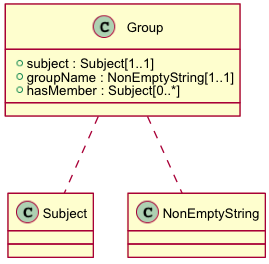
Above: source/apis/images/class_Group.png in datadavev/DataONE_architecture (PlantUML), before the change. Its diagram source:
```plantuml
@startuml images/class_Group.png
skinparam activityFontColor black
skinparam activityFontSize 10
skinparam activityFontName arial
skinparam activityArrowFontColor black
skinparam activityArrowFontSize 10
skinparam activityArrowFontName arial
skinparam classArrowFontColor black
skinparam classArrowFontSize 10
skinparam classArrowFontName arial
skinparam classAttributeFontColor black
skinparam classAttributeFontSize 10
skinparam classAttributeFontName arial
skinparam classFontColor black
skinparam classFontSize 10
skinparam classFontName arial
skinparam componentFontColor black
skinparam componentFontSize 10
skinparam componentFontName arial
skinparam componentArrowFontColor black
skinparam componentArrowFontSize 10
skinparam componentArrowFontName arial
skinparam noteFontColor black
skinparam noteFontSize 10
skinparam noteFontName arial
skinparam packageFontColor black
skinparam packageFontSize 10
skinparam packageFontName arial
skinparam sequenceActorFontColor black
skinparam sequenceActorFontSize 10
skinparam sequenceActorFontName arial
skinparam sequenceArrowFontColor black
skinparam sequenceArrowFontSize 10
skinparam sequenceArrowFontName arial
skinparam sequenceGroupingFontColor black
skinparam sequenceGroupingFontSize 10
skinparam sequenceGroupingFontName arial
skinparam sequenceGroupingHeaderFontColor black
skinparam sequenceGroupingHeaderFontSize 10
skinparam sequenceGroupingHeaderFontName arial
skinparam sequenceParticipantFontColor black
skinparam sequenceParticipantFontSize 10
skinparam sequenceParticipantFontName arial
skinparam sequenceTitleFontColor black
skinparam sequenceTitleFontSize 10
skinparam sequenceTitleFontName arial
skinparam titleFontColor black
skinparam titleFontSize 10
skinparam titleFontName arial
skinparam usecaseFontColor black
skinparam usecaseFontSize 7
skinparam usecaseFontName arial
skinparam usecaseActorFontColor black
skinparam usecaseActorFontSize 7
skinparam usecaseActorFontName arial
skinparam usecaseArrowFontColor black
skinparam usecaseArrowFontSize 7
skinparam usecaseArrowFontName arial

class Group {
  + subject : Subject[1..1]
  + groupName : NonEmptyString[1..1]
  + hasMember : Subject[0..*]
}
Group .. Subject
Group .. NonEmptyString

@enduml
```
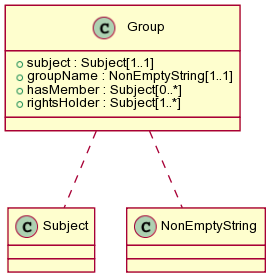
After the commit.

Change to the diagram source:
```diff
@@ -61,6 +61,7 @@
   + subject : Subject[1..1]
   + groupName : NonEmptyString[1..1]
   + hasMember : Subject[0..*]
+  + rightsHolder : Subject[1..*]
 }
 Group .. Subject
 Group .. NonEmptyString
```
